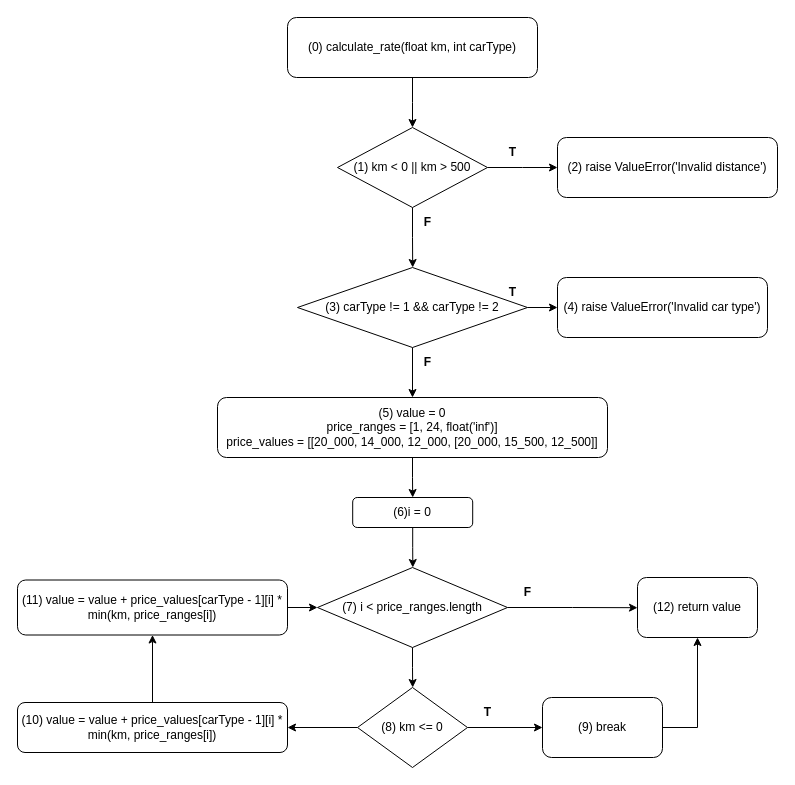
The draw.io diagram Control Flow Testing/taxi_rates.drawio in tenmo2003/Testing_Homework, before the edit. Source tidied: cells renumbered, new cells numbered last; positions are measured from the earlier drawing's top-left corner, leaving out a move shared by most shapes. Both pictures are drawn from the tidied source at 100%, with x=0, y=0 at pixel (17, 17).
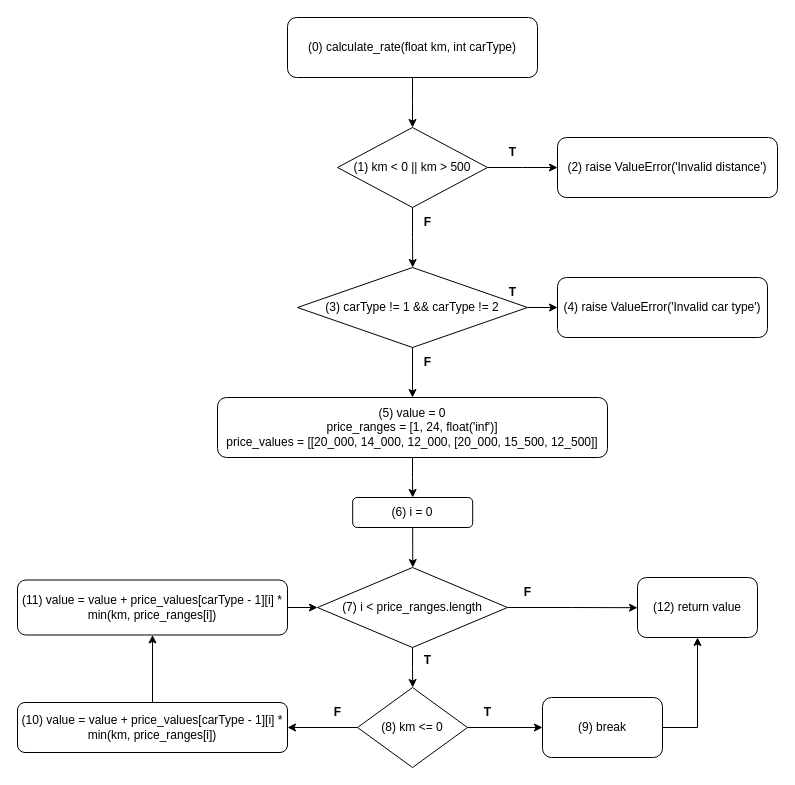
The same page after the edit.

The edit, as a diff of the source:
```diff
@@
-    <mxCell id="19" value="&lt;span id=&quot;selected_text&quot;&gt;&lt;/span&gt;&lt;span id=&quot;selected_text&quot;&gt;&lt;/span&gt;(6)i = 0" style="rounded=1;whiteSpace=wrap;html=1;" parent="1" vertex="1">
+    <mxCell id="19" value="&lt;span id=&quot;selected_text&quot;&gt;&lt;/span&gt;&lt;span id=&quot;selected_text&quot;&gt;&lt;/span&gt;&lt;span id=&quot;selected_text&quot;&gt;&lt;/span&gt;&lt;span id=&quot;selected_text&quot;&gt;&lt;/span&gt;(6) i = 0" style="rounded=1;whiteSpace=wrap;html=1;" parent="1" vertex="1">
       <mxGeometry x="335.2" y="480" width="120" height="30" as="geometry" />
     </mxCell>
@@
+    <mxCell id="36" value="&lt;span id=&quot;selected_text&quot;&gt;&lt;/span&gt;&lt;span id=&quot;selected_text&quot;&gt;&lt;/span&gt;&lt;span id=&quot;selected_text&quot;&gt;&lt;/span&gt;&lt;b&gt;&lt;span id=&quot;selected_text&quot;&gt;&lt;/span&gt;T&lt;/b&gt;" style="text;html=1;align=center;verticalAlign=middle;strokeColor=none;fillColor=none;" parent="1" vertex="1">
+      <mxGeometry x="395" y="628" width="30" height="30" as="geometry" />
+    </mxCell>
+    <mxCell id="37" value="&lt;span id=&quot;selected_text&quot;&gt;&lt;/span&gt;&lt;span id=&quot;selected_text&quot;&gt;&lt;/span&gt;&lt;span id=&quot;selected_text&quot;&gt;&lt;/span&gt;&lt;b&gt;&lt;span id=&quot;selected_text&quot;&gt;&lt;/span&gt;F&lt;/b&gt;" style="text;html=1;align=center;verticalAlign=middle;strokeColor=none;fillColor=none;" parent="1" vertex="1">
+      <mxGeometry x="305.2" y="680" width="30" height="30" as="geometry" />
+    </mxCell>
```
